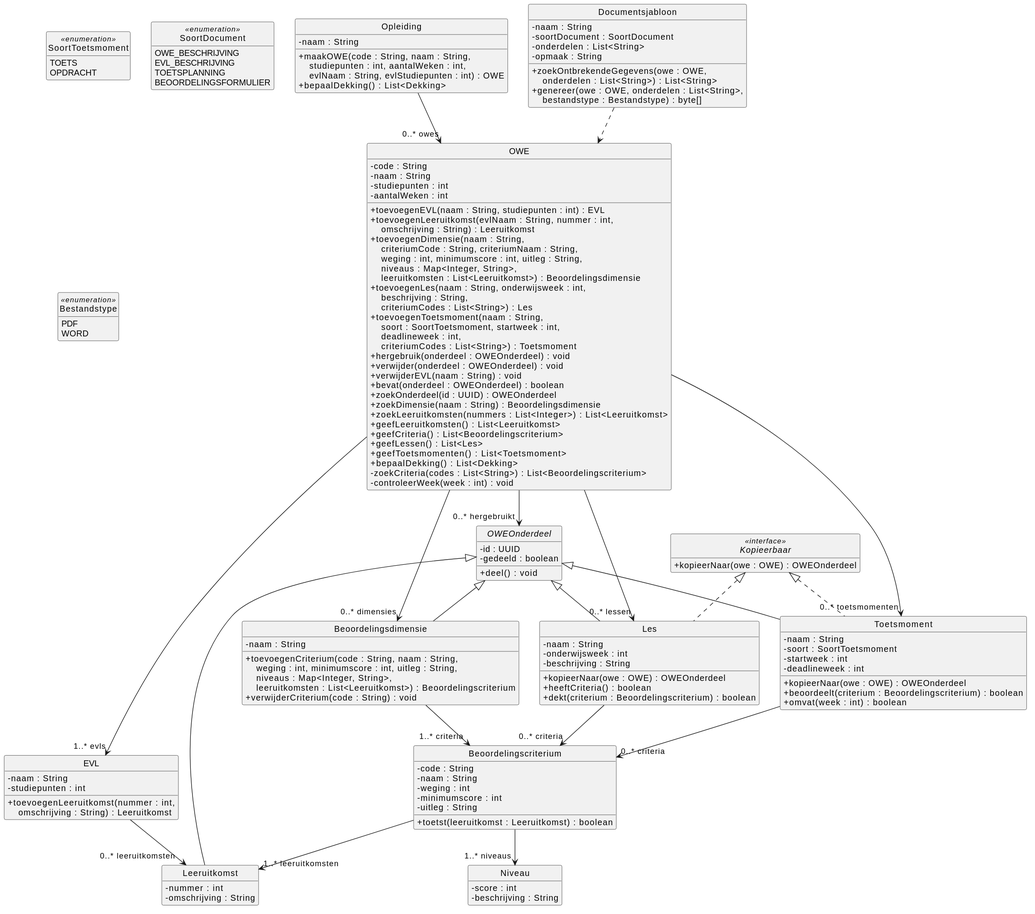
Above: docs/diagrams/klassendiagram-domein.svg in HAN-Craftsmanship-KL-JJG/casus (PlantUML), before the change.
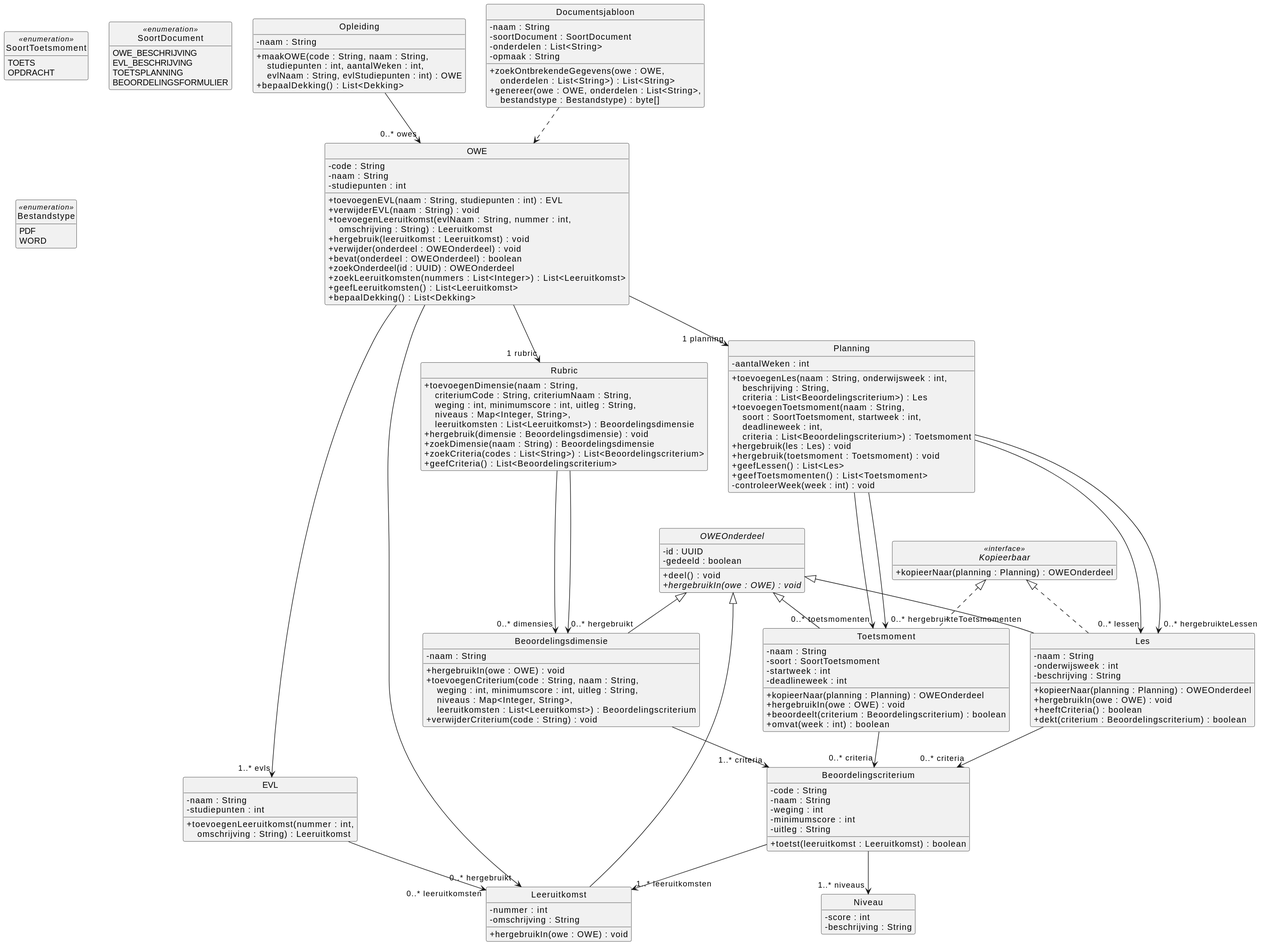
After the commit.

Change to the diagram source:
```diff
@@ -15,25 +15,34 @@
   - code : String
   - naam : String
   - studiepunten : int
-  - aantalWeken : int
   + toevoegenEVL(naam : String, studiepunten : int) : EVL
+  + verwijderEVL(naam : String) : void
   + toevoegenLeeruitkomst(evlNaam : String, nummer : int,\n    omschrijving : String) : Leeruitkomst
-  + toevoegenDimensie(naam : String,\n    criteriumCode : String, criteriumNaam : String,\n    weging : int, minimumscore : int, uitleg : String,\n    niveaus : Map<Integer, String>,\n    leeruitkomsten : List<Leeruitkomst>) : Beoordelingsdimensie
-  + toevoegenLes(naam : String, onderwijsweek : int,\n    beschrijving : String,\n    criteriumCodes : List<String>) : Les
-  + toevoegenToetsmoment(naam : String,\n    soort : SoortToetsmoment, startweek : int,\n    deadlineweek : int,\n    criteriumCodes : List<String>) : Toetsmoment
-  + hergebruik(onderdeel : OWEOnderdeel) : void
+  + hergebruik(leeruitkomst : Leeruitkomst) : void
   + verwijder(onderdeel : OWEOnderdeel) : void
-  + verwijderEVL(naam : String) : void
   + bevat(onderdeel : OWEOnderdeel) : boolean
   + zoekOnderdeel(id : UUID) : OWEOnderdeel
-  + zoekDimensie(naam : String) : Beoordelingsdimensie
   + zoekLeeruitkomsten(nummers : List<Integer>) : List<Leeruitkomst>
   + geefLeeruitkomsten() : List<Leeruitkomst>
+  + bepaalDekking() : List<Dekking>
+}
+
+class Rubric {
+  + toevoegenDimensie(naam : String,\n    criteriumCode : String, criteriumNaam : String,\n    weging : int, minimumscore : int, uitleg : String,\n    niveaus : Map<Integer, String>,\n    leeruitkomsten : List<Leeruitkomst>) : Beoordelingsdimensie
+  + hergebruik(dimensie : Beoordelingsdimensie) : void
+  + zoekDimensie(naam : String) : Beoordelingsdimensie
+  + zoekCriteria(codes : List<String>) : List<Beoordelingscriterium>
   + geefCriteria() : List<Beoordelingscriterium>
+}
+
+class Planning {
+  - aantalWeken : int
+  + toevoegenLes(naam : String, onderwijsweek : int,\n    beschrijving : String,\n    criteria : List<Beoordelingscriterium>) : Les
+  + toevoegenToetsmoment(naam : String,\n    soort : SoortToetsmoment, startweek : int,\n    deadlineweek : int,\n    criteria : List<Beoordelingscriterium>) : Toetsmoment
+  + hergebruik(les : Les) : void
+  + hergebruik(toetsmoment : Toetsmoment) : void
   + geefLessen() : List<Les>
   + geefToetsmomenten() : List<Toetsmoment>
-  + bepaalDekking() : List<Dekking>
-  - zoekCriteria(codes : List<String>) : List<Beoordelingscriterium>
   - controleerWeek(week : int) : void
 }
 
@@ -47,15 +56,18 @@
   - id : UUID
   - gedeeld : boolean
   + deel() : void
+  + {abstract} hergebruikIn(owe : OWE) : void
 }
 
 class Leeruitkomst {
   - nummer : int
   - omschrijving : String
+  + hergebruikIn(owe : OWE) : void
 }
 
 class Beoordelingsdimensie {
   - naam : String
+  + hergebruikIn(owe : OWE) : void
   + toevoegenCriterium(code : String, naam : String,\n    weging : int, minimumscore : int, uitleg : String,\n    niveaus : Map<Integer, String>,\n    leeruitkomsten : List<Leeruitkomst>) : Beoordelingscriterium
   + verwijderCriterium(code : String) : void
 }
@@ -78,7 +90,8 @@
   - naam : String
   - onderwijsweek : int
   - beschrijving : String
-  + kopieerNaar(owe : OWE) : OWEOnderdeel
+  + kopieerNaar(planning : Planning) : OWEOnderdeel
+  + hergebruikIn(owe : OWE) : void
   + heeftCriteria() : boolean
   + dekt(criterium : Beoordelingscriterium) : boolean
 }
@@ -88,7 +101,8 @@
   - soort : SoortToetsmoment
   - startweek : int
   - deadlineweek : int
-  + kopieerNaar(owe : OWE) : OWEOnderdeel
+  + kopieerNaar(planning : Planning) : OWEOnderdeel
+  + hergebruikIn(owe : OWE) : void
   + beoordeelt(criterium : Beoordelingscriterium) : boolean
   + omvat(week : int) : boolean
 }
@@ -103,7 +117,7 @@
 }
 
 interface Kopieerbaar <<interface>> {
-  + kopieerNaar(owe : OWE) : OWEOnderdeel
+  + kopieerNaar(planning : Planning) : OWEOnderdeel
 }
 
 enum SoortToetsmoment <<enumeration>> {
@@ -125,16 +139,21 @@
 
 Opleiding --> "0..* owes" OWE
 OWE --> "1..* evls" EVL
+OWE --> "1 rubric" Rubric
+OWE --> "1 planning" Planning
+OWE --> "0..* hergebruikt" Leeruitkomst
 EVL --> "0..* leeruitkomsten" Leeruitkomst
-OWE --> "0..* dimensies" Beoordelingsdimensie
+Rubric --> "0..* dimensies" Beoordelingsdimensie
+Rubric ---> "0..* hergebruikt" Beoordelingsdimensie
 Beoordelingsdimensie --> "1..* criteria" Beoordelingscriterium
 Beoordelingscriterium --> "1..* niveaus" Niveau
 Beoordelingscriterium --> "1..* leeruitkomsten" Leeruitkomst
-OWE --> "0..* lessen" Les
-OWE --> "0..* toetsmomenten" Toetsmoment
+Planning --> "0..* lessen" Les
+Planning --> "0..* toetsmomenten" Toetsmoment
+Planning ---> "0..* hergebruikteLessen" Les
+Planning ---> "0..* hergebruikteToetsmomenten" Toetsmoment
 Les --> "0..* criteria" Beoordelingscriterium
 Toetsmoment --> "0..* criteria" Beoordelingscriterium
-OWE --> "0..* hergebruikt" OWEOnderdeel
 
 OWEOnderdeel <|-- Leeruitkomst
 OWEOnderdeel <|-- Beoordelingsdimensie
```
